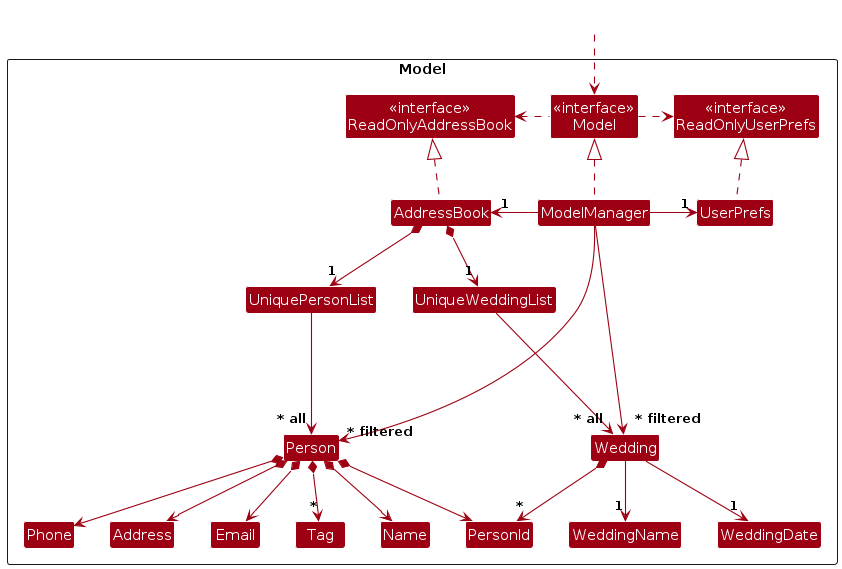
This is diagrams/ModelClassDiagram.png from AY2425S1-CS2103T-T12-2/tp, a PlantUML export, as it was before one commit. Its source is kept beside it as diagrams/ModelClassDiagram.puml. Its diagram source:
```plantuml
@startuml
!include style.puml
skinparam arrowThickness 1.1
skinparam arrowColor MODEL_COLOR
skinparam classBackgroundColor MODEL_COLOR

Package Model as ModelPackage <<Rectangle>>{
Class "<<interface>>\nReadOnlyAddressBook" as ReadOnlyAddressBook
Class "<<interface>>\nReadOnlyUserPrefs" as ReadOnlyUserPrefs
Class "<<interface>>\nModel" as Model
Class AddressBook
Class ModelManager
Class UserPrefs


Class UniqueWeddingList
Class Wedding
Class WeddingName
Class WeddingDate

Class UniquePersonList
Class Person
Class PersonId
Class Address
Class Email
Class Name
Class Phone
Class Tag

Class I #FFFFFF
}

Class HiddenOutside #FFFFFF

HiddenOutside ..> Model

AddressBook .up.|> ReadOnlyAddressBook

ModelManager .up.|> Model
Model .right.> ReadOnlyUserPrefs
Model .left.> ReadOnlyAddressBook
ModelManager -left-> "1" AddressBook
ModelManager -right-> "1" UserPrefs
UserPrefs .up.|> ReadOnlyUserPrefs

AddressBook *-down-> "1" UniquePersonList
AddressBook *-down-> "1" UniqueWeddingList
UniquePersonList --> "~* all" Person
UniqueWeddingList ---> "~* all" Wedding
Person *--> PersonId
Person *--> Name
Person *--> Phone
Person *--> Email
Person *--> Address
Person *--> "*" Tag

Wedding *--> "*" PersonId
Wedding --> "1" WeddingName
Wedding --> "1" WeddingDate

Person -[hidden]up--> I
UniquePersonList -[hidden]right-> I

ModelManager --> "~* filtered" Wedding
ModelManager --> "~* filtered" Person

Name -[hidden]right-> Phone
Phone -[hidden]right-> Address
Address -[hidden]right-> Email

@enduml
```
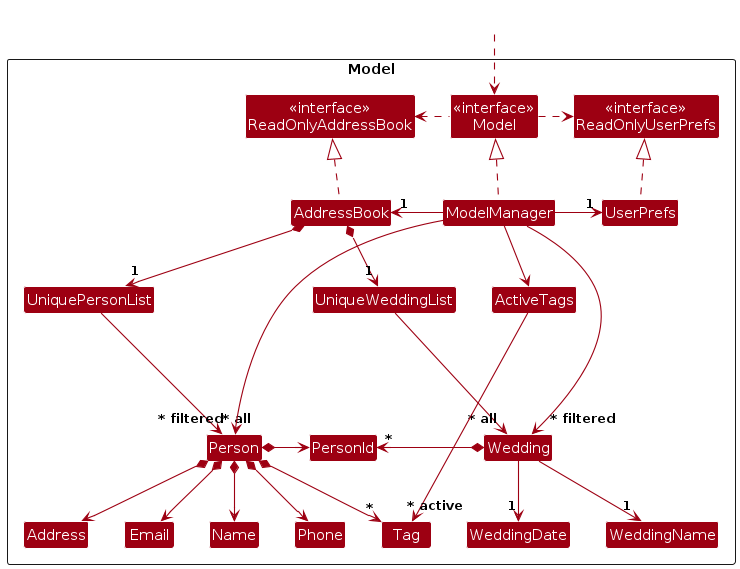
After the commit.

What changed in the source:
```diff
@@ -12,6 +12,7 @@
 Class ModelManager
 Class UserPrefs
 
+Class ActiveTags
 
 Class UniqueWeddingList
 Class Wedding
@@ -41,20 +42,23 @@
 Model .left.> ReadOnlyAddressBook
 ModelManager -left-> "1" AddressBook
 ModelManager -right-> "1" UserPrefs
+ModelManager -down-> ActiveTags
 UserPrefs .up.|> ReadOnlyUserPrefs
 
 AddressBook *-down-> "1" UniquePersonList
 AddressBook *-down-> "1" UniqueWeddingList
-UniquePersonList --> "~* all" Person
+UniquePersonList ---> "~* all" Person
 UniqueWeddingList ---> "~* all" Wedding
-Person *--> PersonId
+Person *-right-> PersonId
 Person *--> Name
 Person *--> Phone
 Person *--> Email
 Person *--> Address
 Person *--> "*" Tag
 
-Wedding *--> "*" PersonId
+ActiveTags ----> "~* active" Tag
+
+Wedding *--left--> "*" PersonId
 Wedding --> "1" WeddingName
 Wedding --> "1" WeddingDate
 
@@ -62,7 +66,7 @@
 UniquePersonList -[hidden]right-> I
 
 ModelManager --> "~* filtered" Wedding
-ModelManager --> "~* filtered" Person
+ModelManager ---> "~* filtered" Person
 
 Name -[hidden]right-> Phone
 Phone -[hidden]right-> Address
```
